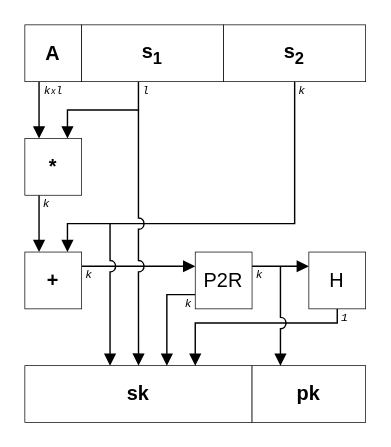
SamoKopecky/diploma-thesis-latex keeps this draw.io diagram as pictures/dil_key_gen.drawio. Above is the earlier version. Source tidied: cells renumbered, new cells numbered last; positions are measured from the earlier drawing's top-left corner, leaving out a move shared by most shapes. Both pictures are drawn from the tidied source at 142%, with x=0, y=0 at pixel (24, 24).
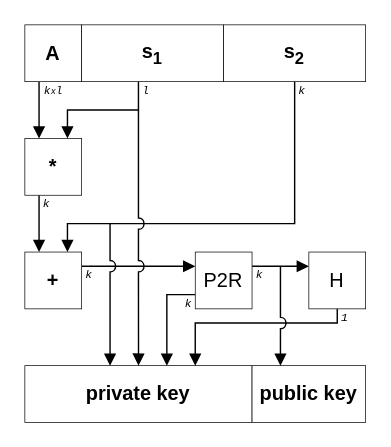
After the change.

Diff of the diagram source:
```diff
@@
-    <mxCell id="11" value="&lt;b&gt;sk&lt;/b&gt;" style="rounded=0;whiteSpace=wrap;html=1;strokeWidth=0.5;fontFamily=Helvetica;fontSize=14;fillColor=default;" parent="1" vertex="1">
+    <mxCell id="11" value="&lt;b&gt;private key&lt;br&gt;&lt;/b&gt;" style="rounded=0;whiteSpace=wrap;html=1;strokeWidth=0.5;fontFamily=Helvetica;fontSize=14;fillColor=default;" parent="1" vertex="1">
       <mxGeometry y="240" width="160" height="40" as="geometry" />
     </mxCell>
-    <mxCell id="12" value="&lt;b&gt;pk&lt;/b&gt;" style="rounded=0;whiteSpace=wrap;html=1;strokeWidth=0.5;fontFamily=Helvetica;fontSize=14;fillColor=default;" parent="1" vertex="1">
+    <mxCell id="12" value="&lt;b&gt;public key&lt;/b&gt;" style="rounded=0;whiteSpace=wrap;html=1;strokeWidth=0.5;fontFamily=Helvetica;fontSize=14;fillColor=default;" parent="1" vertex="1">
       <mxGeometry x="160" y="240" width="80" height="40" as="geometry" />
     </mxCell>
```
